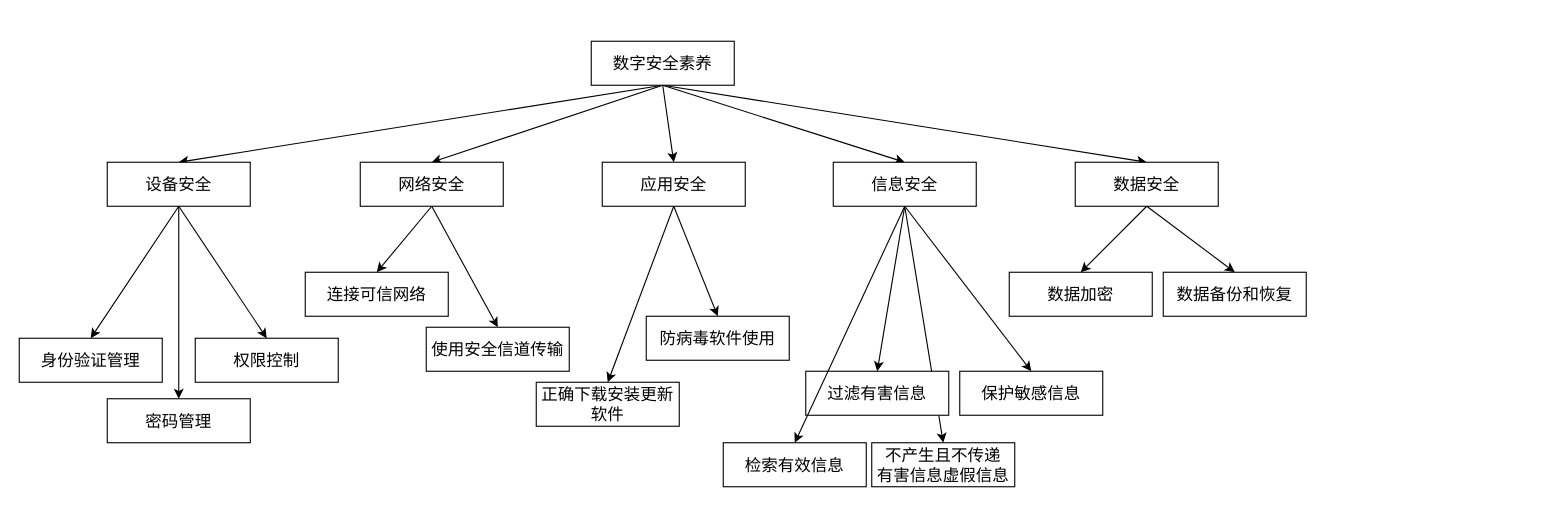
GreenTee-color/Documents keeps this draw.io diagram as 数字安全素养.drawio. Above is the earlier version. Source tidied: cells renumbered, new cells numbered last; positions are measured from the earlier drawing's top-left corner, leaving out a move shared by most shapes. Both pictures are drawn from the tidied source at 110%, with x=0, y=0 at pixel (19, 41).
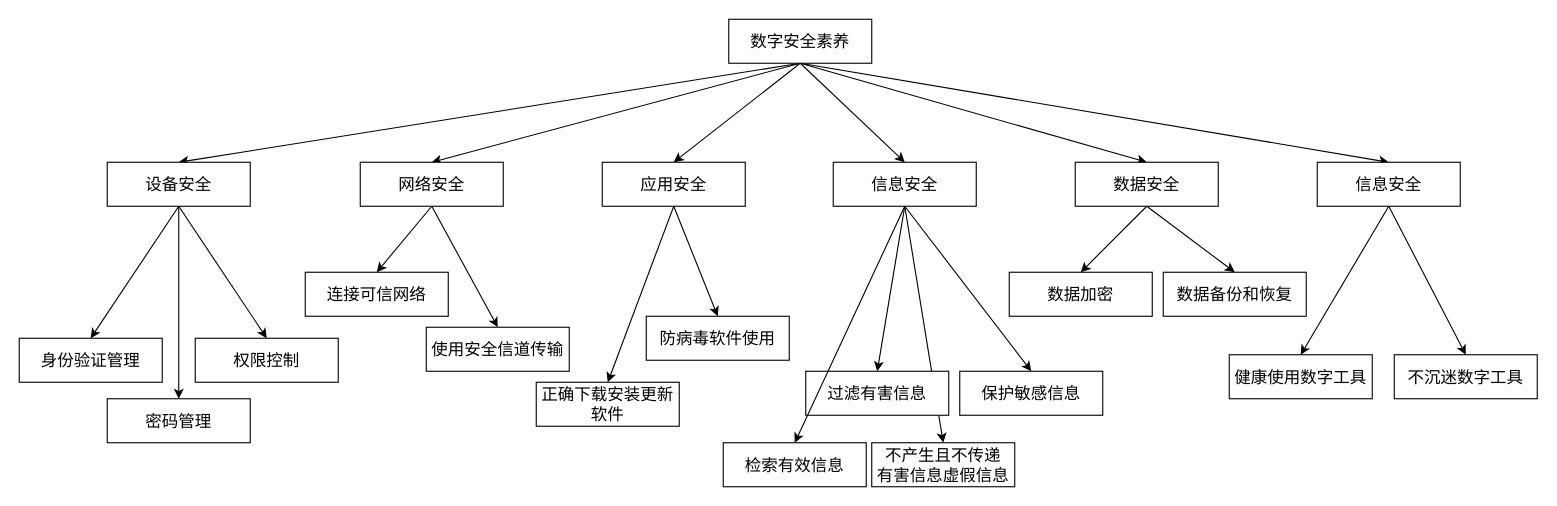
The same page after the edit.

Commit message:
更新数字安全素养.drawio

What changed in the source:
```diff
@@
+    <mxCell id="39" style="rounded=0;jettySize=auto;html=1;entryX=0.5;entryY=0;entryDx=0;entryDy=0;exitX=0.5;exitY=1;exitDx=0;exitDy=0;" parent="1" edge="1" source="7" target="42">
+      <mxGeometry relative="1" as="geometry" />
+    </mxCell>
     <mxCell id="7" value="数字安全素养" style="rounded=0;whiteSpace=wrap;html=1;fontSize=15;" parent="1" vertex="1">
-      <mxGeometry x="520" width="130" height="40" as="geometry" />
+      <mxGeometry x="645" y="-20" width="130" height="40" as="geometry" />
     </mxCell>
@@
+    <mxCell id="40" style="rounded=0;jettySize=auto;html=1;entryX=0.5;entryY=0;entryDx=0;entryDy=0;exitX=0.5;exitY=1;exitDx=0;exitDy=0;" parent="1" edge="1" source="42" target="43">
+      <mxGeometry relative="1" as="geometry" />
+    </mxCell>
+    <mxCell id="41" style="rounded=0;jettySize=auto;html=1;entryX=0.5;entryY=0;entryDx=0;entryDy=0;exitX=0.5;exitY=1;exitDx=0;exitDy=0;" parent="1" edge="1" source="42" target="44">
+      <mxGeometry relative="1" as="geometry" />
+    </mxCell>
+    <mxCell id="42" value="信息安全" style="rounded=0;whiteSpace=wrap;html=1;fontSize=15;" parent="1" vertex="1">
+      <mxGeometry x="1180" y="110" width="130" height="40" as="geometry" />
+    </mxCell>
+    <mxCell id="43" value="健康使用数字工具" style="rounded=0;whiteSpace=wrap;html=1;fontSize=15;" parent="1" vertex="1">
+      <mxGeometry x="1100" y="285" width="130" height="40" as="geometry" />
+    </mxCell>
+    <mxCell id="44" value="不沉迷数字工具" style="rounded=0;whiteSpace=wrap;html=1;fontSize=15;" parent="1" vertex="1">
+      <mxGeometry x="1250" y="285" width="130" height="40" as="geometry" />
+    </mxCell>
```
